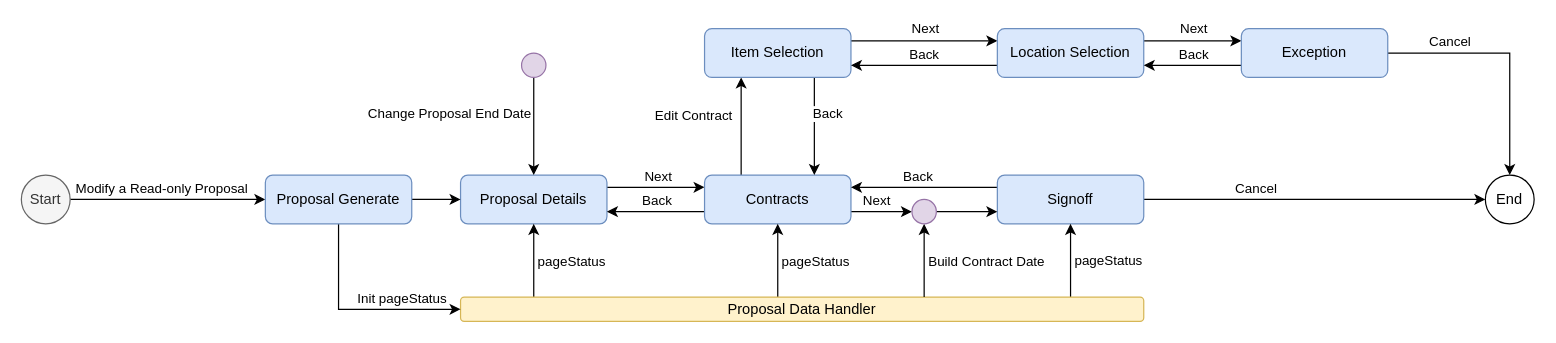
This is Readonly Proposal UI Flow Diagram.drawio from dajin-kingland/UMLdiagrams, a draw.io file, before an edit. Source tidied: cells renumbered, new cells numbered last; positions are measured from the earlier drawing's top-left corner, leaving out a move shared by most shapes. Both pictures are drawn from the tidied source at 122%, with x=0, y=0 at pixel (21, 28).
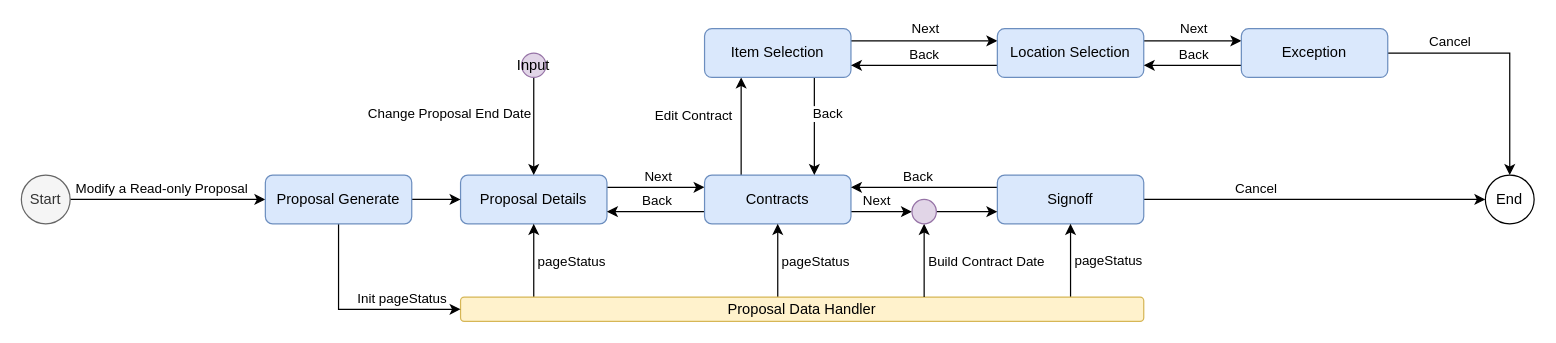
After the change.

Change to the diagram source:
```diff
@@
-    <mxCell id="53" style="ellipse;whiteSpace=wrap;html=1;fillColor=#e1d5e7;strokeColor=#9673a6;" parent="1" vertex="1">
+    <mxCell id="53" value="Input" style="ellipse;whiteSpace=wrap;html=1;fillColor=#e1d5e7;strokeColor=#9673a6;" parent="1" vertex="1">
       <mxGeometry x="410" y="20" width="20" height="20" as="geometry" />
     </mxCell>
```
